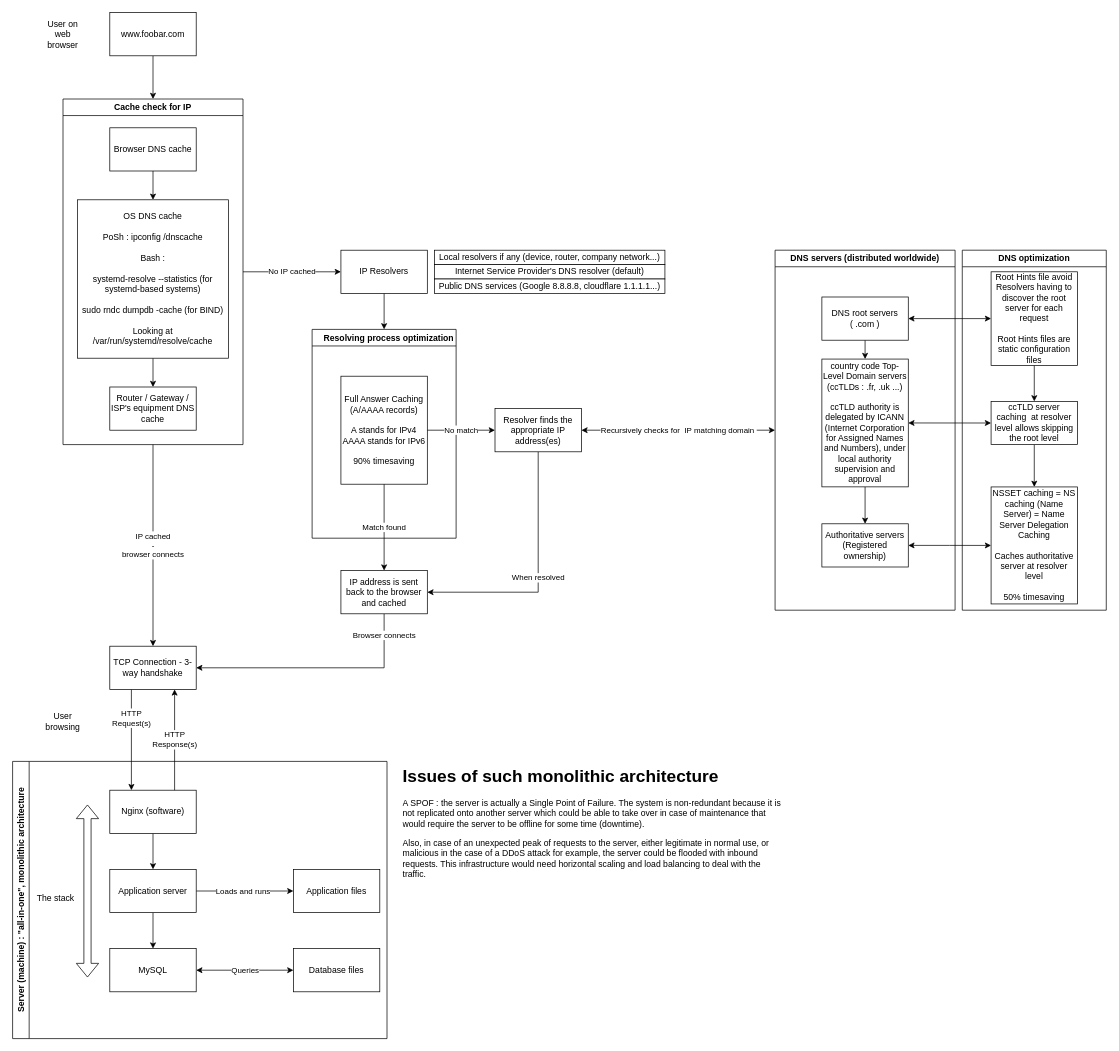
This is web_infrastructure_design/0-simple_web_stack.drawio from jmitchell35/holbertonschool-system_engineering-devops, a draw.io file, before an edit. Source tidied: cells renumbered, new cells numbered last; positions are measured from the earlier drawing's top-left corner, leaving out a move shared by most shapes. Both pictures are drawn from the tidied source at 72%, with x=0, y=0 at pixel (12, 12).
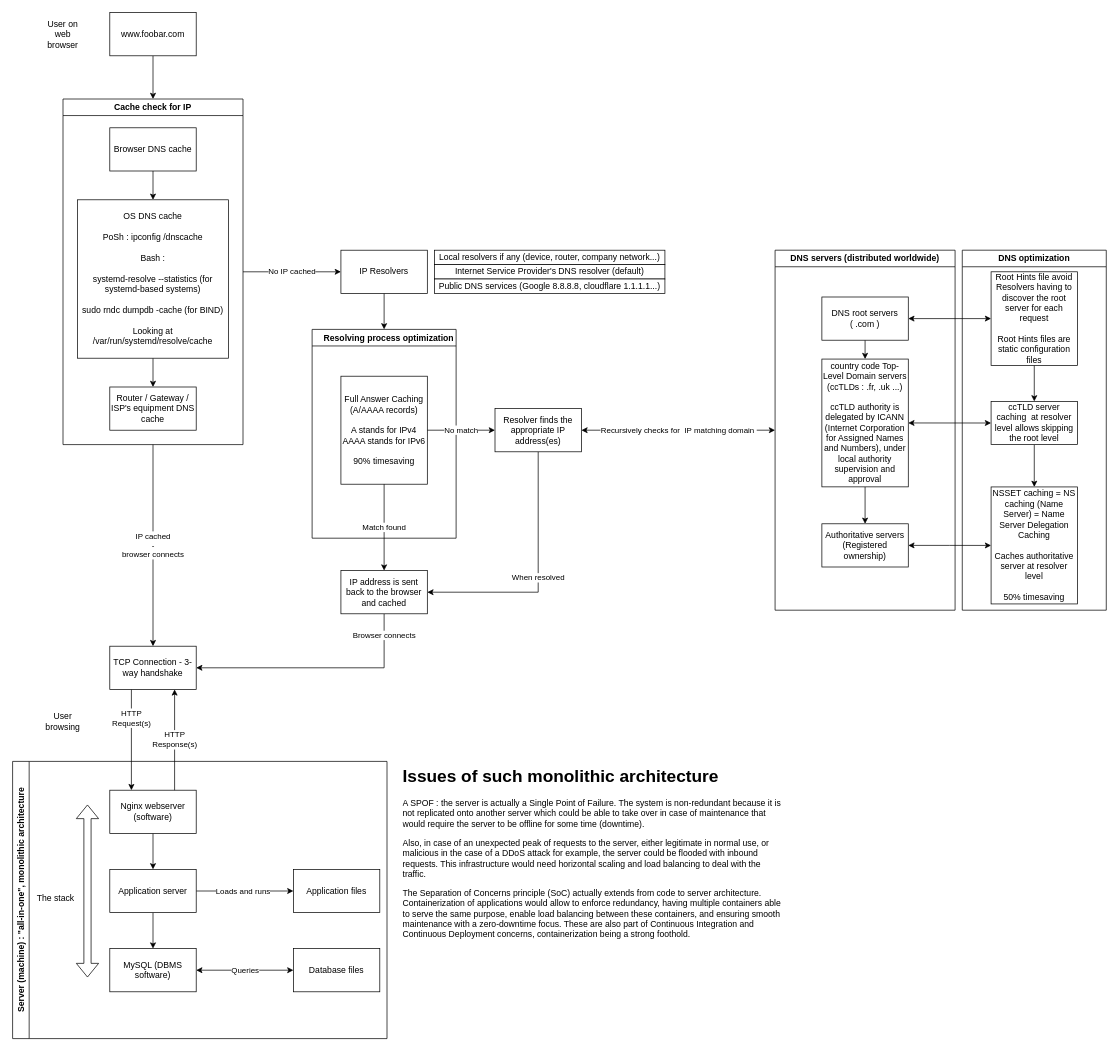
The same diagram, later.

The change refers to these unchanged cells:
```xml
<mxCell id="14" value="Server (machine) : &quot;all-in-one&quot;, monolithic architecture" style="swimlane;horizontal=0;whiteSpace=wrap;html=1;" parent="1" vertex="1">
  <mxGeometry y="1040" width="520" height="385" as="geometry" />
</mxCell>
```

What changed in the source:
```diff
@@
-    <mxCell id="16" value="Nginx (software)" style="rounded=0;whiteSpace=wrap;html=1;" parent="14" vertex="1">
+    <mxCell id="16" value="Nginx webserver (software)" style="rounded=0;whiteSpace=wrap;html=1;" parent="14" vertex="1">
       <mxGeometry x="135" y="40" width="120" height="60" as="geometry" />
     </mxCell>
@@
-    <mxCell id="21" value="MySQL" style="rounded=0;whiteSpace=wrap;html=1;" parent="14" vertex="1">
+    <mxCell id="21" value="MySQL (DBMS software)" style="rounded=0;whiteSpace=wrap;html=1;" parent="14" vertex="1">
       <mxGeometry x="135" y="260" width="120" height="60" as="geometry" />
     </mxCell>
@@
-    <mxCell id="58" value="&lt;h1 style=&quot;margin-top: 0px;&quot;&gt;Issues of such monolithic architecture&lt;/h1&gt;&lt;p&gt;A SPOF : the server is actually a Single Point of Failure. The system is non-redundant because it is not replicated onto another server which could be able to take over in case of maintenance that would require the server to be offline for some time (downtime).&lt;/p&gt;&lt;p&gt;Also, in case of an unexpected peak of requests to the server, either legitimate in normal use, or malicious in the case of a DDoS attack for example, the server could be flooded with inbound requests. This infrastructure would need horizontal scaling and load balancing to deal with the traffic.&lt;/p&gt;" style="text;html=1;whiteSpace=wrap;overflow=hidden;rounded=0;" parent="1" vertex="1">
-      <mxGeometry x="540" y="1040" width="530" height="190" as="geometry" />
+    <mxCell id="58" value="&lt;h1 style=&quot;margin-top: 0px;&quot;&gt;Issues of such monolithic architecture&lt;/h1&gt;&lt;p&gt;A SPOF : the server is actually a Single Point of Failure. The system is non-redundant because it is not replicated onto another server which could be able to take over in case of maintenance that would require the server to be offline for some time (downtime).&lt;br&gt;&lt;/p&gt;&lt;p&gt;Also, in case of an unexpected peak of requests to the server, either legitimate in normal use, or malicious in the case of a DDoS attack for example, the server could be flooded with inbound requests. This infrastructure would need horizontal scaling and load balancing to deal with the traffic.&lt;/p&gt;&lt;p&gt;The Separation of Concerns principle (SoC) actually extends from code to server architecture. Containerization of applications would allow to enforce redundancy, having multiple containers able to serve the same purpose, enable load balancing between these containers, and ensuring smooth maintenance with a zero-downtime focus. These are also part of Continuous Integration and Continuous Deployment concerns, containerization being a strong foothold.&lt;/p&gt;" style="text;html=1;whiteSpace=wrap;overflow=hidden;rounded=0;" parent="1" vertex="1">
+      <mxGeometry x="540" y="1040" width="530" height="250" as="geometry" />
     </mxCell>
```
